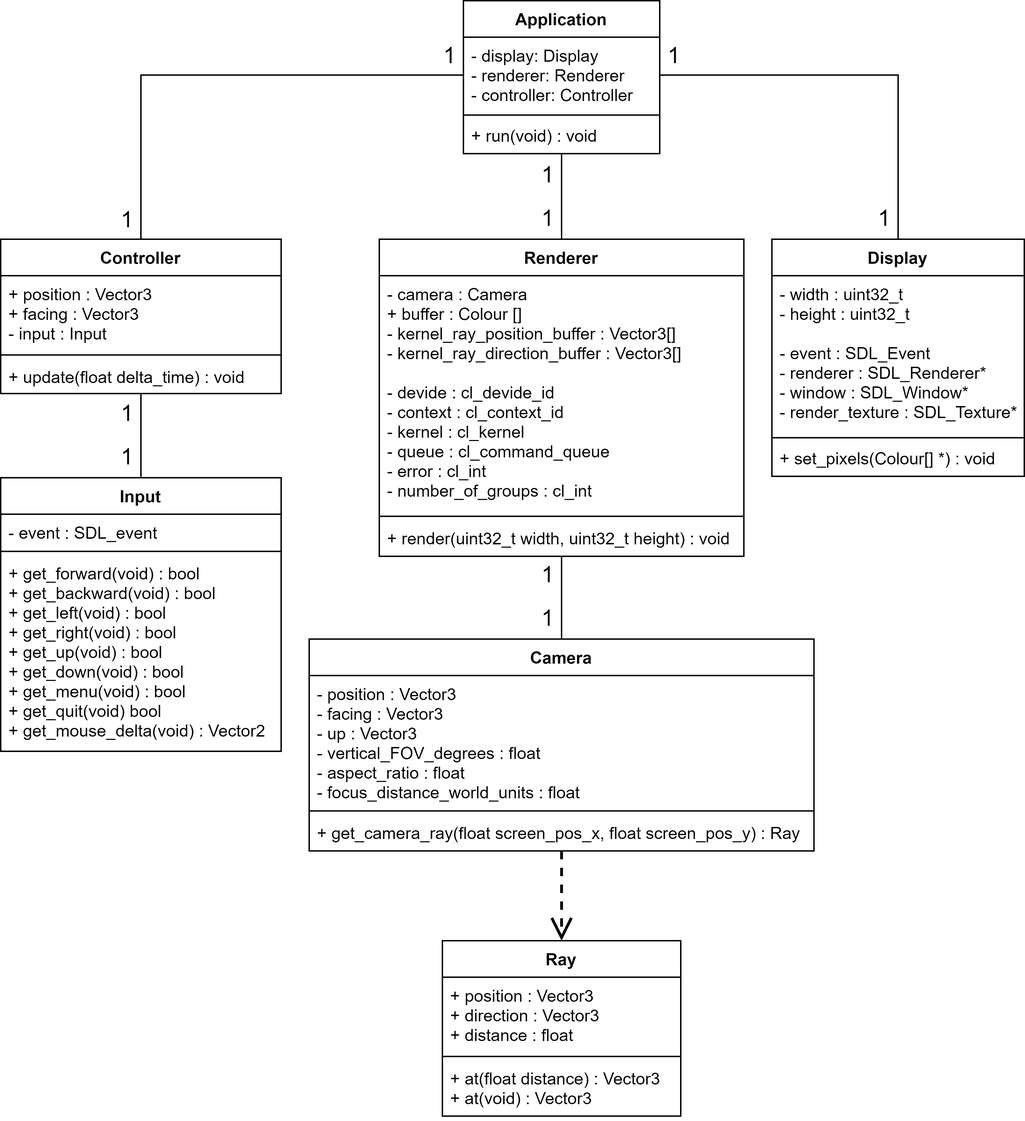
This is Deliverable 1/Diagrams/Class diagram.drawio.png from SolomonBaarda/fractal-geometry-renderer, a draw.io export, as it was before one commit. Source tidied: cells renumbered, new cells last; positions are measured from the earlier drawing's top-left corner, leaving out a move shared by most shapes. Source of this version:
```xml
<mxGraphModel>
  <root>
    <mxCell id="0" />
    <mxCell id="1" parent="0" />
    <mxCell id="2" value="Display" style="swimlane;fontStyle=1;align=center;verticalAlign=top;horizontal=1;startSize=26;" parent="1" vertex="1">
      <mxGeometry x="550" y="170" width="180" height="169" as="geometry" />
    </mxCell>
    <mxCell id="3" value="- width : uint32_t&#10;- height : uint32_t&#10;&#10;- event : SDL_Event&#10;- renderer : SDL_Renderer*&#10;- window : SDL_Window*&#10;- render_texture : SDL_Texture*&#10;" style="text;strokeColor=none;fillColor=none;align=left;verticalAlign=top;spacingLeft=4;spacingRight=4;overflow=hidden;" parent="2" vertex="1">
      <mxGeometry y="26" width="180" height="114" as="geometry" />
    </mxCell>
    <mxCell id="4" style="line;strokeWidth=1;fillColor=none;align=left;verticalAlign=middle;spacingTop=-1;spacingLeft=3;spacingRight=3;labelPosition=right;" parent="2" vertex="1">
      <mxGeometry y="140" width="180" height="3" as="geometry" />
    </mxCell>
    <mxCell id="5" value="+ set_pixels(Colour[] *) : void" style="text;strokeColor=none;fillColor=none;align=left;verticalAlign=top;spacingLeft=4;spacingRight=4;overflow=hidden;" parent="2" vertex="1">
      <mxGeometry y="143" width="180" height="26" as="geometry" />
    </mxCell>
    <mxCell id="6" value="Application" style="swimlane;fontStyle=1;align=center;verticalAlign=top;horizontal=1;startSize=26;" parent="1" vertex="1">
      <mxGeometry x="330" width="140" height="109" as="geometry" />
    </mxCell>
    <mxCell id="7" value="- display: Display&#10;- renderer: Renderer&#10;- controller: Controller" style="text;strokeColor=none;fillColor=none;align=left;verticalAlign=top;spacingLeft=4;spacingRight=4;overflow=hidden;points=[[0,0.5],[1,0.5]];portConstraint=eastwest;" parent="6" vertex="1">
      <mxGeometry y="26" width="140" height="54" as="geometry" />
    </mxCell>
    <mxCell id="8" style="line;strokeWidth=1;fillColor=none;align=left;verticalAlign=middle;spacingTop=-1;spacingLeft=3;spacingRight=3;labelPosition=right;" parent="6" vertex="1">
      <mxGeometry y="80" width="140" height="3" as="geometry" />
    </mxCell>
    <mxCell id="9" value="+ run(void) : void" style="text;strokeColor=none;fillColor=none;align=left;verticalAlign=top;spacingLeft=4;spacingRight=4;overflow=hidden;points=[[0,0.5],[1,0.5]];portConstraint=eastwest;" parent="6" vertex="1">
      <mxGeometry y="83" width="140" height="26" as="geometry" />
    </mxCell>
    <mxCell id="10" value="Input" style="swimlane;fontStyle=1;align=center;verticalAlign=top;horizontal=1;startSize=26;" parent="1" vertex="1">
      <mxGeometry y="340" width="200" height="195" as="geometry" />
    </mxCell>
    <mxCell id="11" value="- event : SDL_event" style="text;strokeColor=none;fillColor=none;align=left;verticalAlign=top;spacingLeft=4;spacingRight=4;overflow=hidden;" parent="10" vertex="1">
      <mxGeometry y="26" width="200" height="24" as="geometry" />
    </mxCell>
    <mxCell id="12" style="line;strokeWidth=1;fillColor=none;align=left;verticalAlign=middle;spacingTop=-1;spacingLeft=3;spacingRight=3;labelPosition=right;" parent="10" vertex="1">
      <mxGeometry y="50" width="200" height="5" as="geometry" />
    </mxCell>
    <mxCell id="13" value="+ get_forward(void) : bool&#10;+ get_backward(void) : bool&#10;+ get_left(void) : bool&#10;+ get_right(void) : bool&#10;+ get_up(void) : bool&#10;+ get_down(void) : bool&#10;+ get_menu(void) : bool&#10;+ get_quit(void) bool&#10;+ get_mouse_delta(void) : Vector2" style="text;strokeColor=none;fillColor=none;align=left;verticalAlign=top;spacingLeft=4;spacingRight=4;overflow=hidden;" parent="10" vertex="1">
      <mxGeometry y="55" width="200" height="140" as="geometry" />
    </mxCell>
    <mxCell id="14" value="Renderer" style="swimlane;fontStyle=1;align=center;verticalAlign=top;horizontal=1;startSize=26;" parent="1" vertex="1">
      <mxGeometry x="270" y="170" width="260" height="226" as="geometry" />
    </mxCell>
    <mxCell id="15" value="- camera : Camera&#10;+ buffer : Colour []&#10;- kernel_ray_position_buffer : Vector3[]&#10;- kernel_ray_direction_buffer : Vector3[]&#10;&#10;- devide : cl_devide_id&#10;- context : cl_context_id&#10;- kernel : cl_kernel&#10;- queue : cl_command_queue&#10;- error : cl_int&#10;- number_of_groups : cl_int&#10;" style="text;strokeColor=none;fillColor=none;align=left;verticalAlign=top;spacingLeft=4;spacingRight=4;overflow=hidden;" parent="14" vertex="1">
      <mxGeometry y="26" width="260" height="169" as="geometry" />
    </mxCell>
    <mxCell id="16" style="line;strokeWidth=1;fillColor=none;align=left;verticalAlign=middle;spacingTop=-1;spacingLeft=3;spacingRight=3;labelPosition=right;" parent="14" vertex="1">
      <mxGeometry y="195" width="260" height="5" as="geometry" />
    </mxCell>
    <mxCell id="17" value="+ render(uint32_t width, uint32_t height) : void" style="text;strokeColor=none;fillColor=none;align=left;verticalAlign=top;spacingLeft=4;spacingRight=4;overflow=hidden;points=[[0,0.5],[1,0.5]];portConstraint=eastwest;" parent="14" vertex="1">
      <mxGeometry y="200" width="260" height="26" as="geometry" />
    </mxCell>
    <mxCell id="18" value="Camera" style="swimlane;fontStyle=1;align=center;verticalAlign=top;horizontal=1;startSize=26;" parent="1" vertex="1">
      <mxGeometry x="220" y="455" width="360" height="151" as="geometry" />
    </mxCell>
    <mxCell id="19" value="- position : Vector3&#10;- facing : Vector3&#10;- up : Vector3&#10;- vertical_FOV_degrees : float&#10;- aspect_ratio : float&#10;- focus_distance_world_units : float" style="text;strokeColor=none;fillColor=none;align=left;verticalAlign=top;spacingLeft=4;spacingRight=4;overflow=hidden;" parent="18" vertex="1">
      <mxGeometry y="26" width="360" height="94" as="geometry" />
    </mxCell>
    <mxCell id="20" style="line;strokeWidth=1;fillColor=none;align=left;verticalAlign=middle;spacingTop=-1;spacingLeft=3;spacingRight=3;labelPosition=right;" parent="18" vertex="1">
      <mxGeometry y="120" width="360" height="5" as="geometry" />
    </mxCell>
    <mxCell id="21" value="+ get_camera_ray(float screen_pos_x, float screen_pos_y) : Ray" style="text;strokeColor=none;fillColor=none;align=left;verticalAlign=top;spacingLeft=4;spacingRight=4;overflow=hidden;points=[[0,0.5],[1,0.5]];portConstraint=eastwest;" parent="18" vertex="1">
      <mxGeometry y="125" width="360" height="26" as="geometry" />
    </mxCell>
    <mxCell id="22" value="Ray" style="swimlane;fontStyle=1;align=center;verticalAlign=top;horizontal=1;startSize=26;" parent="1" vertex="1">
      <mxGeometry x="315" y="670" width="170" height="125" as="geometry" />
    </mxCell>
    <mxCell id="23" value="+ position : Vector3&#10;+ direction : Vector3&#10;+ distance : float" style="text;strokeColor=none;fillColor=none;align=left;verticalAlign=top;spacingLeft=4;spacingRight=4;overflow=hidden;" parent="22" vertex="1">
      <mxGeometry y="26" width="170" height="54" as="geometry" />
    </mxCell>
    <mxCell id="24" style="line;strokeWidth=1;fillColor=none;align=left;verticalAlign=middle;spacingTop=-1;spacingLeft=3;spacingRight=3;labelPosition=right;" parent="22" vertex="1">
      <mxGeometry y="80" width="170" height="5" as="geometry" />
    </mxCell>
    <mxCell id="25" value="+ at(float distance) : Vector3&#10;+ at(void) : Vector3" style="text;strokeColor=none;fillColor=none;align=left;verticalAlign=top;spacingLeft=4;spacingRight=4;overflow=hidden;" parent="22" vertex="1">
      <mxGeometry y="85" width="170" height="40" as="geometry" />
    </mxCell>
    <mxCell id="26" value="Controller" style="swimlane;fontStyle=1;align=center;verticalAlign=top;horizontal=1;startSize=26;" parent="1" vertex="1">
      <mxGeometry y="170" width="200" height="110" as="geometry" />
    </mxCell>
    <mxCell id="27" value="+ position : Vector3&#10;+ facing : Vector3&#10;- input : Input" style="text;strokeColor=none;fillColor=none;align=left;verticalAlign=top;spacingLeft=4;spacingRight=4;overflow=hidden;" parent="26" vertex="1">
      <mxGeometry y="26" width="200" height="54" as="geometry" />
    </mxCell>
    <mxCell id="28" style="line;strokeWidth=1;fillColor=none;align=left;verticalAlign=middle;spacingTop=-1;spacingLeft=3;spacingRight=3;labelPosition=right;" parent="26" vertex="1">
      <mxGeometry y="80" width="200" height="5" as="geometry" />
    </mxCell>
    <mxCell id="29" value="+ update(float delta_time) : void" style="text;strokeColor=none;fillColor=none;align=left;verticalAlign=top;spacingLeft=4;spacingRight=4;overflow=hidden;points=[[0,0.5],[1,0.5]];portConstraint=eastwest;" parent="26" vertex="1">
      <mxGeometry y="85" width="200" height="25" as="geometry" />
    </mxCell>
    <mxCell id="30" style="endArrow=none;html=1;rounded=0;strokeColor=default;edgeStyle=orthogonalEdgeStyle;fontSize=14;" parent="1" edge="1" source="26" target="7">
      <mxGeometry relative="1" as="geometry" />
    </mxCell>
    <mxCell id="31" value="1" style="html=1;align=right;verticalAlign=bottom;fontSize=16;" parent="30" vertex="1">
      <mxGeometry x="1" relative="1" as="geometry">
        <mxPoint x="-5" y="-3" as="offset" />
      </mxGeometry>
    </mxCell>
    <mxCell id="32" value="1" style="edgeLabel;html=1;align=center;verticalAlign=middle;fontSize=16;" parent="30" vertex="1">
      <mxGeometry x="-0.33" y="3" relative="1" as="geometry">
        <mxPoint x="-7" y="101" as="offset" />
      </mxGeometry>
    </mxCell>
    <mxCell id="33" style="endArrow=none;html=1;rounded=0;strokeColor=default;edgeStyle=orthogonalEdgeStyle;fontSize=14;" parent="1" edge="1" source="14" target="9">
      <mxGeometry relative="1" as="geometry">
        <Array as="points">
          <mxPoint x="400" y="130" />
          <mxPoint x="400" y="130" />
        </Array>
      </mxGeometry>
    </mxCell>
    <mxCell id="34" value="1" style="html=1;align=right;verticalAlign=bottom;fontSize=16;" parent="33" vertex="1">
      <mxGeometry x="1" relative="1" as="geometry">
        <mxPoint x="-5" y="26" as="offset" />
      </mxGeometry>
    </mxCell>
    <mxCell id="35" value="1" style="edgeLabel;html=1;align=center;verticalAlign=middle;fontSize=16;" parent="33" vertex="1">
      <mxGeometry x="-0.33" y="3" relative="1" as="geometry">
        <mxPoint x="-7" y="5" as="offset" />
      </mxGeometry>
    </mxCell>
    <mxCell id="36" style="endArrow=none;html=1;rounded=0;strokeColor=default;edgeStyle=orthogonalEdgeStyle;fontSize=14;" parent="1" edge="1" source="10" target="29">
      <mxGeometry relative="1" as="geometry">
        <Array as="points">
          <mxPoint x="100" y="300" />
          <mxPoint x="100" y="300" />
        </Array>
      </mxGeometry>
    </mxCell>
    <mxCell id="37" value="1" style="html=1;align=right;verticalAlign=bottom;fontSize=16;" parent="36" vertex="1">
      <mxGeometry x="1" relative="1" as="geometry">
        <mxPoint x="-5" y="25" as="offset" />
      </mxGeometry>
    </mxCell>
    <mxCell id="38" value="1" style="edgeLabel;html=1;align=center;verticalAlign=middle;fontSize=16;" parent="36" vertex="1">
      <mxGeometry x="-0.33" y="3" relative="1" as="geometry">
        <mxPoint x="-7" y="5" as="offset" />
      </mxGeometry>
    </mxCell>
    <mxCell id="39" style="endArrow=none;html=1;rounded=0;strokeColor=default;edgeStyle=orthogonalEdgeStyle;fontSize=14;" parent="1" edge="1" source="2" target="7">
      <mxGeometry relative="1" as="geometry" />
    </mxCell>
    <mxCell id="40" value="1" style="html=1;align=right;verticalAlign=bottom;fontSize=16;" parent="39" vertex="1">
      <mxGeometry x="1" relative="1" as="geometry">
        <mxPoint x="15" y="-3" as="offset" />
      </mxGeometry>
    </mxCell>
    <mxCell id="41" value="1" style="edgeLabel;html=1;align=center;verticalAlign=middle;fontSize=16;" parent="39" vertex="1">
      <mxGeometry x="-0.33" y="3" relative="1" as="geometry">
        <mxPoint x="-7" y="80" as="offset" />
      </mxGeometry>
    </mxCell>
    <mxCell id="42" style="endArrow=none;html=1;rounded=0;strokeColor=default;edgeStyle=orthogonalEdgeStyle;fontSize=14;" parent="1" edge="1" source="18" target="17">
      <mxGeometry relative="1" as="geometry">
        <Array as="points">
          <mxPoint x="400" y="425" />
          <mxPoint x="400" y="425" />
        </Array>
      </mxGeometry>
    </mxCell>
    <mxCell id="43" value="1" style="html=1;align=right;verticalAlign=bottom;fontSize=16;" parent="42" vertex="1">
      <mxGeometry x="1" relative="1" as="geometry">
        <mxPoint x="-5" y="24" as="offset" />
      </mxGeometry>
    </mxCell>
    <mxCell id="44" value="1" style="edgeLabel;html=1;align=center;verticalAlign=middle;fontSize=16;" parent="42" vertex="1">
      <mxGeometry x="-0.33" y="3" relative="1" as="geometry">
        <mxPoint x="-7" y="5" as="offset" />
      </mxGeometry>
    </mxCell>
    <mxCell id="45" style="endArrow=open;endSize=12;dashed=1;html=1;rounded=0;fontSize=16;strokeColor=default;strokeWidth=2;edgeStyle=orthogonalEdgeStyle;" parent="1" edge="1" source="21" target="22">
      <mxGeometry y="-35" relative="1" as="geometry">
        <Array as="points">
          <mxPoint x="400" y="635" />
          <mxPoint x="400" y="635" />
        </Array>
      </mxGeometry>
    </mxCell>
  </root>
</mxGraphModel>
```
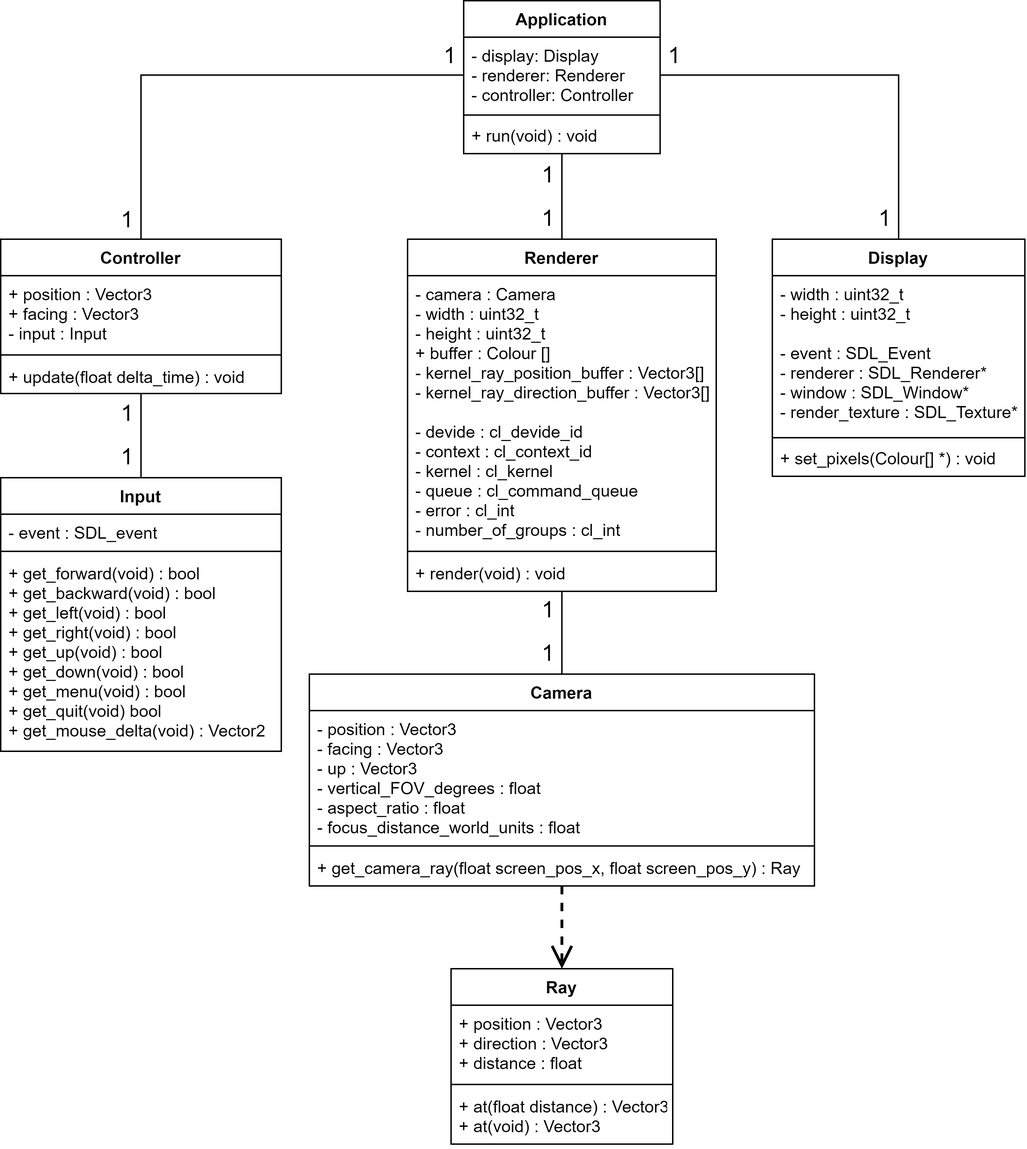
The same file after the commit.

The edit, as a diff of the source:
```diff
@@ -39,19 +39,19 @@
       <mxGeometry y="55" width="200" height="140" as="geometry" />
     </mxCell>
     <mxCell id="14" value="Renderer" style="swimlane;fontStyle=1;align=center;verticalAlign=top;horizontal=1;startSize=26;" parent="1" vertex="1">
-      <mxGeometry x="270" y="170" width="260" height="226" as="geometry" />
+      <mxGeometry x="290" y="170" width="220" height="251" as="geometry" />
     </mxCell>
-    <mxCell id="15" value="- camera : Camera&#10;+ buffer : Colour []&#10;- kernel_ray_position_buffer : Vector3[]&#10;- kernel_ray_direction_buffer : Vector3[]&#10;&#10;- devide : cl_devide_id&#10;- context : cl_context_id&#10;- kernel : cl_kernel&#10;- queue : cl_command_queue&#10;- error : cl_int&#10;- number_of_groups : cl_int&#10;" style="text;strokeColor=none;fillColor=none;align=left;verticalAlign=top;spacingLeft=4;spacingRight=4;overflow=hidden;" parent="14" vertex="1">
-      <mxGeometry y="26" width="260" height="169" as="geometry" />
+    <mxCell id="15" value="- camera : Camera&#10;- width : uint32_t&#10;- height : uint32_t&#10;+ buffer : Colour []&#10;- kernel_ray_position_buffer : Vector3[]&#10;- kernel_ray_direction_buffer : Vector3[]&#10;&#10;- devide : cl_devide_id&#10;- context : cl_context_id&#10;- kernel : cl_kernel&#10;- queue : cl_command_queue&#10;- error : cl_int&#10;- number_of_groups : cl_int&#10;" style="text;strokeColor=none;fillColor=none;align=left;verticalAlign=top;spacingLeft=4;spacingRight=4;overflow=hidden;" parent="14" vertex="1">
+      <mxGeometry y="26" width="220" height="194" as="geometry" />
     </mxCell>
     <mxCell id="16" style="line;strokeWidth=1;fillColor=none;align=left;verticalAlign=middle;spacingTop=-1;spacingLeft=3;spacingRight=3;labelPosition=right;" parent="14" vertex="1">
-      <mxGeometry y="195" width="260" height="5" as="geometry" />
+      <mxGeometry y="220" width="220" height="5" as="geometry" />
     </mxCell>
-    <mxCell id="17" value="+ render(uint32_t width, uint32_t height) : void" style="text;strokeColor=none;fillColor=none;align=left;verticalAlign=top;spacingLeft=4;spacingRight=4;overflow=hidden;points=[[0,0.5],[1,0.5]];portConstraint=eastwest;" parent="14" vertex="1">
-      <mxGeometry y="200" width="260" height="26" as="geometry" />
+    <mxCell id="17" value="+ render(void) : void" style="text;strokeColor=none;fillColor=none;align=left;verticalAlign=top;spacingLeft=4;spacingRight=4;overflow=hidden;points=[[0,0.5],[1,0.5]];portConstraint=eastwest;" parent="14" vertex="1">
+      <mxGeometry y="225" width="220" height="26" as="geometry" />
     </mxCell>
     <mxCell id="18" value="Camera" style="swimlane;fontStyle=1;align=center;verticalAlign=top;horizontal=1;startSize=26;" parent="1" vertex="1">
-      <mxGeometry x="220" y="455" width="360" height="151" as="geometry" />
+      <mxGeometry x="220" y="480" width="360" height="151" as="geometry" />
     </mxCell>
     <mxCell id="19" value="- position : Vector3&#10;- facing : Vector3&#10;- up : Vector3&#10;- vertical_FOV_degrees : float&#10;- aspect_ratio : float&#10;- focus_distance_world_units : float" style="text;strokeColor=none;fillColor=none;align=left;verticalAlign=top;spacingLeft=4;spacingRight=4;overflow=hidden;" parent="18" vertex="1">
       <mxGeometry y="26" width="360" height="94" as="geometry" />
@@ -63,16 +63,16 @@
       <mxGeometry y="125" width="360" height="26" as="geometry" />
     </mxCell>
     <mxCell id="22" value="Ray" style="swimlane;fontStyle=1;align=center;verticalAlign=top;horizontal=1;startSize=26;" parent="1" vertex="1">
-      <mxGeometry x="315" y="670" width="170" height="125" as="geometry" />
+      <mxGeometry x="321" y="690" width="158" height="125" as="geometry" />
     </mxCell>
     <mxCell id="23" value="+ position : Vector3&#10;+ direction : Vector3&#10;+ distance : float" style="text;strokeColor=none;fillColor=none;align=left;verticalAlign=top;spacingLeft=4;spacingRight=4;overflow=hidden;" parent="22" vertex="1">
-      <mxGeometry y="26" width="170" height="54" as="geometry" />
+      <mxGeometry y="26" width="158" height="54" as="geometry" />
     </mxCell>
     <mxCell id="24" style="line;strokeWidth=1;fillColor=none;align=left;verticalAlign=middle;spacingTop=-1;spacingLeft=3;spacingRight=3;labelPosition=right;" parent="22" vertex="1">
-      <mxGeometry y="80" width="170" height="5" as="geometry" />
+      <mxGeometry y="80" width="158" height="5" as="geometry" />
     </mxCell>
     <mxCell id="25" value="+ at(float distance) : Vector3&#10;+ at(void) : Vector3" style="text;strokeColor=none;fillColor=none;align=left;verticalAlign=top;spacingLeft=4;spacingRight=4;overflow=hidden;" parent="22" vertex="1">
-      <mxGeometry y="85" width="170" height="40" as="geometry" />
+      <mxGeometry y="85" width="158" height="40" as="geometry" />
     </mxCell>
     <mxCell id="26" value="Controller" style="swimlane;fontStyle=1;align=center;verticalAlign=top;horizontal=1;startSize=26;" parent="1" vertex="1">
       <mxGeometry y="170" width="200" height="110" as="geometry" />
```
